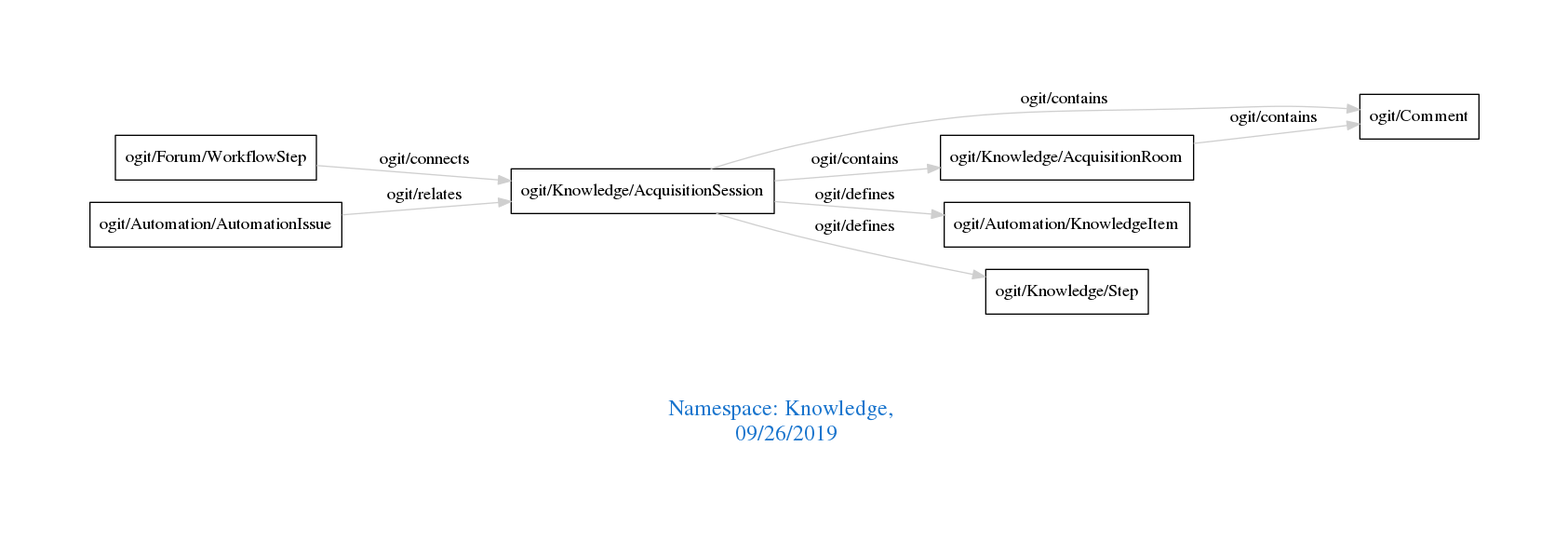
Before: downloads/Knowledge.png, a diagram exported from Graphviz (arago/OGIT). Its source is kept beside it as downloads/Knowledge.dot.
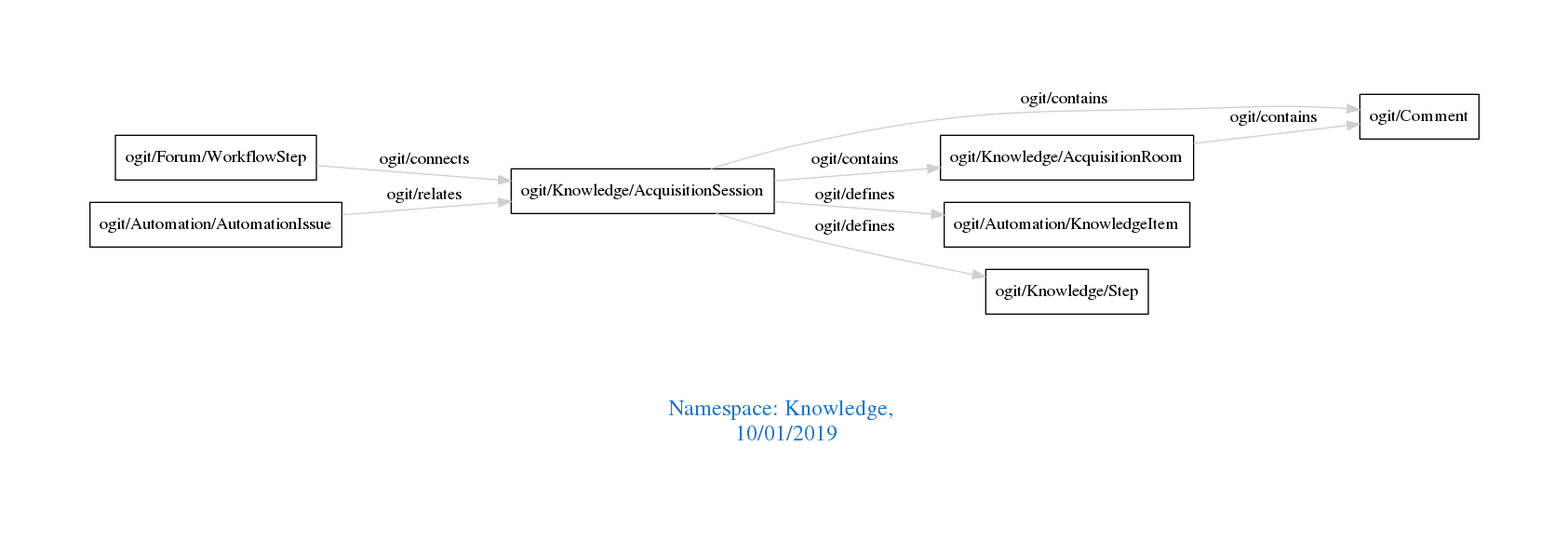
After the change.

Change to the diagram source:
```diff
@@ -1,7 +1,7 @@
 digraph OGIT_ontology {
  graph [ rankdir= LR,pad=1
 fontsize = 18,
-fontcolor= dodgerblue3,label = "\n\n\nNamespace: Knowledge, \n 09/26/2019"];
+fontcolor= dodgerblue3,label = "\n\n\nNamespace: Knowledge, \n 10/01/2019"];
 node[shape=polygon];
 edge [  color="gray81"];
 
```
